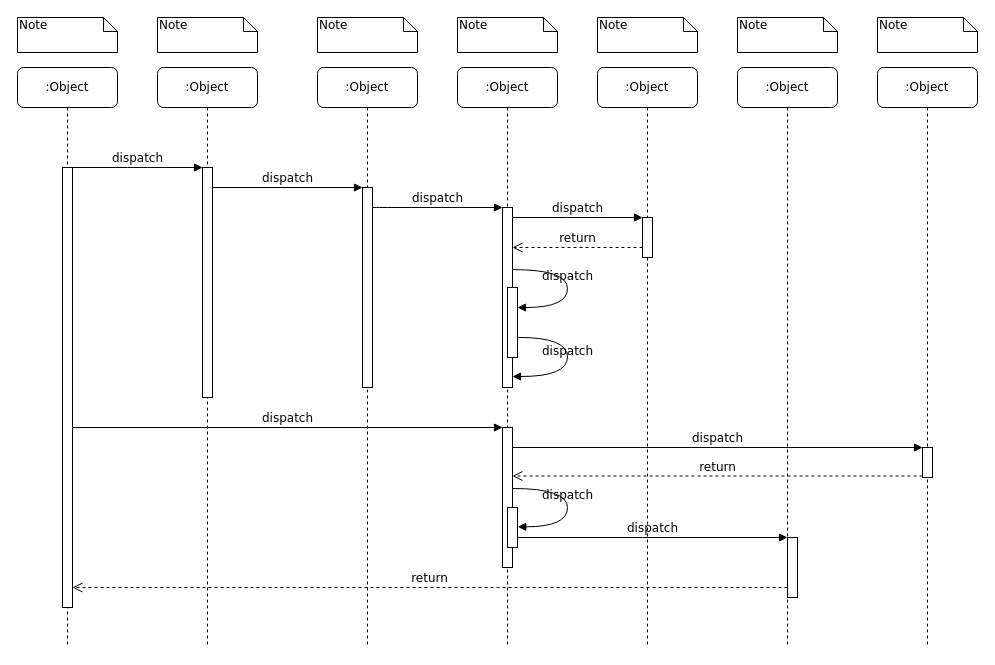
atchapcyp/service_plan_form keeps this draw.io diagram as Service_plan_form/Resources/Untitled Diagram.drawio. Above is the earlier version. Source tidied: cells renumbered, new cells numbered last; positions are measured from the earlier drawing's top-left corner, leaving out a move shared by most shapes. Both pictures are drawn from the tidied source at 100%, with x=0, y=0 at pixel (17, 17).
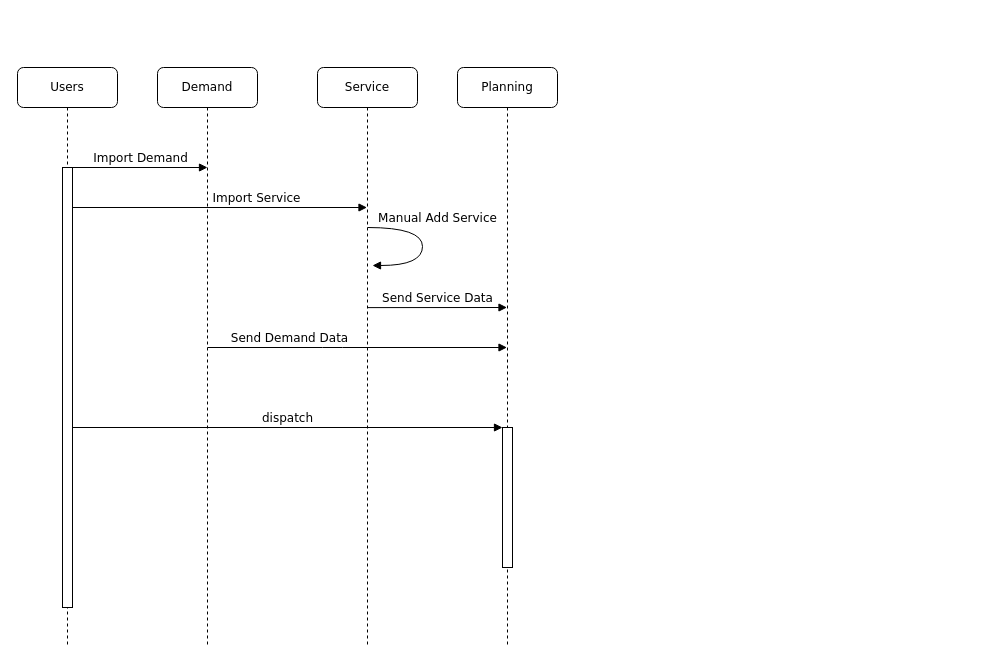
Above is the later version.

Unchanged cells that the change refers to:
```xml
<mxCell id="11" style="html=1;points=[];perimeter=orthogonalPerimeter;rounded=0;shadow=0;comic=0;labelBackgroundColor=none;strokeColor=#000000;strokeWidth=1;fillColor=#FFFFFF;fontFamily=Verdana;fontSize=12;fontColor=#000000;align=center;" parent="10" vertex="1">
  <mxGeometry x="45" y="100" width="10" height="440" as="geometry" />
</mxCell>
<mxCell id="17" style="html=1;points=[];perimeter=orthogonalPerimeter;rounded=0;shadow=0;comic=0;labelBackgroundColor=none;strokeColor=#000000;strokeWidth=1;fillColor=#FFFFFF;fontFamily=Verdana;fontSize=12;fontColor=#000000;align=center;" parent="1" vertex="1">
  <mxGeometry x="485" y="410" width="10" height="140" as="geometry" />
</mxCell>
```

What changed in the source:
```diff
@@
-    <mxCell id="2" value=":Object" style="shape=umlLifeline;perimeter=lifelinePerimeter;whiteSpace=wrap;html=1;rounded=1;shadow=0;comic=0;labelBackgroundColor=none;strokeColor=#000000;strokeWidth=1;fillColor=#FFFFFF;fontFamily=Verdana;fontSize=12;fontColor=#000000;align=center;" parent="1" vertex="1">
+    <mxCell id="2" value="Demand" style="shape=umlLifeline;perimeter=lifelinePerimeter;whiteSpace=wrap;html=1;rounded=1;shadow=0;comic=0;labelBackgroundColor=none;strokeColor=#000000;strokeWidth=1;fillColor=#FFFFFF;fontFamily=Verdana;fontSize=12;fontColor=#000000;align=center;" parent="1" vertex="1">
       <mxGeometry x="140" y="50" width="100" height="580" as="geometry" />
     </mxCell>
-    <mxCell id="3" style="html=1;points=[];perimeter=orthogonalPerimeter;rounded=0;shadow=0;comic=0;labelBackgroundColor=none;strokeColor=#000000;strokeWidth=1;fillColor=#FFFFFF;fontFamily=Verdana;fontSize=12;fontColor=#000000;align=center;" parent="2" vertex="1">
-      <mxGeometry x="45" y="100" width="10" height="230" as="geometry" />
-    </mxCell>
-    <mxCell id="4" value=":Object" style="shape=umlLifeline;perimeter=lifelinePerimeter;whiteSpace=wrap;html=1;outlineConnect=0;rounded=1;shadow=0;comic=0;labelBackgroundColor=none;strokeColor=#000000;strokeWidth=1;fillColor=#FFFFFF;fontFamily=Verdana;fontSize=12;fontColor=#000000;align=center;" parent="1" vertex="1">
+    <mxCell id="4" value="Service" style="shape=umlLifeline;perimeter=lifelinePerimeter;whiteSpace=wrap;html=1;outlineConnect=0;rounded=1;shadow=0;comic=0;labelBackgroundColor=none;strokeColor=#000000;strokeWidth=1;fillColor=#FFFFFF;fontFamily=Verdana;fontSize=12;fontColor=#000000;align=center;" parent="1" vertex="1">
       <mxGeometry x="300" y="50" width="100" height="580" as="geometry" />
     </mxCell>
-    <mxCell id="5" style="html=1;points=[];perimeter=orthogonalPerimeter;rounded=0;shadow=0;comic=0;labelBackgroundColor=none;strokeColor=#000000;strokeWidth=1;fillColor=#FFFFFF;fontFamily=Verdana;fontSize=12;fontColor=#000000;align=center;" parent="4" vertex="1">
-      <mxGeometry x="45" y="120" width="10" height="200" as="geometry" />
-    </mxCell>
-    <mxCell id="6" value=":Object" style="shape=umlLifeline;perimeter=lifelinePerimeter;whiteSpace=wrap;html=1;outlineConnect=0;rounded=1;shadow=0;comic=0;labelBackgroundColor=none;strokeColor=#000000;strokeWidth=1;fillColor=#FFFFFF;fontFamily=Verdana;fontSize=12;fontColor=#000000;align=center;" parent="1" vertex="1">
+    <mxCell id="6" value="Planning" style="shape=umlLifeline;perimeter=lifelinePerimeter;whiteSpace=wrap;html=1;outlineConnect=0;rounded=1;shadow=0;comic=0;labelBackgroundColor=none;strokeColor=#000000;strokeWidth=1;fillColor=#FFFFFF;fontFamily=Verdana;fontSize=12;fontColor=#000000;align=center;" parent="1" vertex="1">
       <mxGeometry x="440" y="50" width="100" height="580" as="geometry" />
     </mxCell>
-    <mxCell id="7" value=":Object" style="shape=umlLifeline;perimeter=lifelinePerimeter;whiteSpace=wrap;html=1;rounded=1;shadow=0;comic=0;labelBackgroundColor=none;strokeColor=#000000;strokeWidth=1;fillColor=#FFFFFF;fontFamily=Verdana;fontSize=12;fontColor=#000000;align=center;" parent="1" vertex="1">
-      <mxGeometry x="580" y="50" width="100" height="580" as="geometry" />
-    </mxCell>
-    <mxCell id="8" value=":Object" style="shape=umlLifeline;perimeter=lifelinePerimeter;whiteSpace=wrap;html=1;rounded=1;shadow=0;comic=0;labelBackgroundColor=none;strokeColor=#000000;strokeWidth=1;fillColor=#FFFFFF;fontFamily=Verdana;fontSize=12;fontColor=#000000;align=center;" parent="1" vertex="1">
-      <mxGeometry x="720" y="50" width="100" height="580" as="geometry" />
-    </mxCell>
-    <mxCell id="9" value=":Object" style="shape=umlLifeline;perimeter=lifelinePerimeter;whiteSpace=wrap;html=1;rounded=1;shadow=0;comic=0;labelBackgroundColor=none;strokeColor=#000000;strokeWidth=1;fillColor=#FFFFFF;fontFamily=Verdana;fontSize=12;fontColor=#000000;align=center;" parent="1" vertex="1">
-      <mxGeometry x="860" y="50" width="100" height="580" as="geometry" />
-    </mxCell>
-    <mxCell id="10" value=":Object" style="shape=umlLifeline;perimeter=lifelinePerimeter;whiteSpace=wrap;html=1;rounded=1;shadow=0;comic=0;labelBackgroundColor=none;strokeColor=#000000;strokeWidth=1;fillColor=#FFFFFF;fontFamily=Verdana;fontSize=12;fontColor=#000000;align=center;" parent="1" vertex="1">
+    <mxCell id="10" value="Users" style="shape=umlLifeline;perimeter=lifelinePerimeter;whiteSpace=wrap;html=1;rounded=1;shadow=0;comic=0;labelBackgroundColor=none;strokeColor=#000000;strokeWidth=1;fillColor=#FFFFFF;fontFamily=Verdana;fontSize=12;fontColor=#000000;align=center;" parent="1" vertex="1">
       <mxGeometry y="50" width="100" height="580" as="geometry" />
     </mxCell>
@@
-    <mxCell id="12" style="html=1;points=[];perimeter=orthogonalPerimeter;rounded=0;shadow=0;comic=0;labelBackgroundColor=none;strokeColor=#000000;strokeWidth=1;fillColor=#FFFFFF;fontFamily=Verdana;fontSize=12;fontColor=#000000;align=center;" parent="1" vertex="1">
-      <mxGeometry x="485" y="190" width="10" height="180" as="geometry" />
-    </mxCell>
-    <mxCell id="13" value="dispatch" style="html=1;verticalAlign=bottom;endArrow=block;labelBackgroundColor=none;fontFamily=Verdana;fontSize=12;edgeStyle=elbowEdgeStyle;elbow=vertical;" parent="1" edge="1" source="5" target="12">
+    <mxCell id="13" value="Send Service Data" style="html=1;verticalAlign=bottom;endArrow=block;labelBackgroundColor=none;fontFamily=Verdana;fontSize=12;edgeStyle=elbowEdgeStyle;elbow=vertical;exitX=0.5;exitY=0.414;exitDx=0;exitDy=0;exitPerimeter=0;" parent="1" edge="1" source="4" target="6">
       <mxGeometry relative="1" as="geometry">
         <Array as="points">
-          <mxPoint x="360" y="190" />
+          <mxPoint x="450" y="290" />
+          <mxPoint x="360" y="210" />
         </Array>
       </mxGeometry>
     </mxCell>
-    <mxCell id="14" style="html=1;points=[];perimeter=orthogonalPerimeter;rounded=0;shadow=0;comic=0;labelBackgroundColor=none;strokeColor=#000000;strokeWidth=1;fillColor=#FFFFFF;fontFamily=Verdana;fontSize=12;fontColor=#000000;align=center;" parent="1" vertex="1">
-      <mxGeometry x="625" y="200" width="10" height="40" as="geometry" />
-    </mxCell>
-    <mxCell id="15" value="dispatch" style="html=1;verticalAlign=bottom;endArrow=block;entryX=0;entryY=0;labelBackgroundColor=none;fontFamily=Verdana;fontSize=12;edgeStyle=elbowEdgeStyle;elbow=vertical;" parent="1" edge="1" source="12" target="14">
-      <mxGeometry relative="1" as="geometry" />
-    </mxCell>
-    <mxCell id="16" value="return" style="html=1;verticalAlign=bottom;endArrow=open;dashed=1;endSize=8;labelBackgroundColor=none;fontFamily=Verdana;fontSize=12;edgeStyle=elbowEdgeStyle;elbow=vertical;" parent="1" edge="1" source="14" target="12">
-      <mxGeometry relative="1" as="geometry">
-        <Array as="points">
-          <mxPoint x="570" y="230" />
-          <mxPoint x="600" y="230" />
-        </Array>
-      </mxGeometry>
-    </mxCell>
@@
-    <mxCell id="19" style="html=1;points=[];perimeter=orthogonalPerimeter;rounded=0;shadow=0;comic=0;labelBackgroundColor=none;strokeColor=#000000;strokeWidth=1;fillColor=#FFFFFF;fontFamily=Verdana;fontSize=12;fontColor=#000000;align=center;" parent="1" vertex="1">
-      <mxGeometry x="905" y="430" width="10" height="30" as="geometry" />
-    </mxCell>
-    <mxCell id="20" value="dispatch" style="html=1;verticalAlign=bottom;endArrow=block;entryX=0;entryY=0;labelBackgroundColor=none;fontFamily=Verdana;fontSize=12;" parent="1" edge="1" source="17" target="19">
-      <mxGeometry relative="1" as="geometry" />
-    </mxCell>
-    <mxCell id="21" value="return" style="html=1;verticalAlign=bottom;endArrow=open;dashed=1;endSize=8;exitX=0;exitY=0.95;labelBackgroundColor=none;fontFamily=Verdana;fontSize=12;" parent="1" edge="1" source="19" target="17">
-      <mxGeometry relative="1" as="geometry" />
-    </mxCell>
-    <mxCell id="22" style="html=1;points=[];perimeter=orthogonalPerimeter;rounded=0;shadow=0;comic=0;labelBackgroundColor=none;strokeColor=#000000;strokeWidth=1;fillColor=#FFFFFF;fontFamily=Verdana;fontSize=12;fontColor=#000000;align=center;" parent="1" vertex="1">
-      <mxGeometry x="770" y="520" width="10" height="60" as="geometry" />
-    </mxCell>
-    <mxCell id="23" value="dispatch" style="html=1;verticalAlign=bottom;endArrow=block;entryX=0;entryY=0;labelBackgroundColor=none;fontFamily=Verdana;fontSize=12;edgeStyle=elbowEdgeStyle;elbow=vertical;" parent="1" edge="1" source="30" target="22">
-      <mxGeometry relative="1" as="geometry" />
-    </mxCell>
-    <mxCell id="24" value="return" style="html=1;verticalAlign=bottom;endArrow=open;dashed=1;endSize=8;labelBackgroundColor=none;fontFamily=Verdana;fontSize=12;edgeStyle=elbowEdgeStyle;elbow=vertical;" parent="1" edge="1" source="22" target="11">
-      <mxGeometry relative="1" as="geometry">
-        <Array as="points">
-          <mxPoint x="470" y="570" />
-        </Array>
-      </mxGeometry>
-    </mxCell>
-    <mxCell id="25" value="dispatch" style="html=1;verticalAlign=bottom;endArrow=block;entryX=0;entryY=0;labelBackgroundColor=none;fontFamily=Verdana;fontSize=12;edgeStyle=elbowEdgeStyle;elbow=vertical;" parent="1" edge="1" source="11" target="3">
-      <mxGeometry relative="1" as="geometry" />
+    <mxCell id="25" value="Import Demand" style="html=1;verticalAlign=bottom;endArrow=block;labelBackgroundColor=none;fontFamily=Verdana;fontSize=12;edgeStyle=elbowEdgeStyle;elbow=vertical;" parent="1" edge="1" source="11">
+      <mxGeometry relative="1" as="geometry">
+        <mxPoint x="190" y="150" as="targetPoint" />
+      </mxGeometry>
     </mxCell>
-    <mxCell id="26" value="dispatch" style="html=1;verticalAlign=bottom;endArrow=block;entryX=0;entryY=0;labelBackgroundColor=none;fontFamily=Verdana;fontSize=12;edgeStyle=elbowEdgeStyle;elbow=vertical;" parent="1" edge="1" source="3" target="5">
-      <mxGeometry relative="1" as="geometry" />
-    </mxCell>
-    <mxCell id="27" style="html=1;points=[];perimeter=orthogonalPerimeter;rounded=0;shadow=0;comic=0;labelBackgroundColor=none;strokeColor=#000000;strokeWidth=1;fillColor=#FFFFFF;fontFamily=Verdana;fontSize=12;fontColor=#000000;align=center;" parent="1" vertex="1">
-      <mxGeometry x="490" y="270" width="10" height="70" as="geometry" />
-    </mxCell>
-    <mxCell id="28" value="dispatch" style="html=1;verticalAlign=bottom;endArrow=block;labelBackgroundColor=none;fontFamily=Verdana;fontSize=12;elbow=vertical;edgeStyle=orthogonalEdgeStyle;curved=1;entryX=1;entryY=0.286;entryPerimeter=0;exitX=1.038;exitY=0.345;exitPerimeter=0;" parent="1" edge="1" source="12" target="27">
-      <mxGeometry relative="1" as="geometry">
-        <Array as="points">
-          <mxPoint x="550" y="252" />
-          <mxPoint x="550" y="290" />
-        </Array>
-      </mxGeometry>
-    </mxCell>
-    <mxCell id="29" value="dispatch" style="html=1;verticalAlign=bottom;endArrow=block;labelBackgroundColor=none;fontFamily=Verdana;fontSize=12;elbow=vertical;edgeStyle=orthogonalEdgeStyle;curved=1;exitX=1.066;exitY=0.713;exitPerimeter=0;" parent="1" edge="1" source="27">
-      <mxGeometry relative="1" as="geometry">
-        <mxPoint x="495" y="359" as="targetPoint" />
-        <Array as="points">
-          <mxPoint x="550" y="320" />
-          <mxPoint x="550" y="359" />
-        </Array>
-      </mxGeometry>
-    </mxCell>
-    <mxCell id="30" style="html=1;points=[];perimeter=orthogonalPerimeter;rounded=0;shadow=0;comic=0;labelBackgroundColor=none;strokeColor=#000000;strokeWidth=1;fillColor=#FFFFFF;fontFamily=Verdana;fontSize=12;fontColor=#000000;align=center;" parent="1" vertex="1">
-      <mxGeometry x="490" y="490" width="10" height="40" as="geometry" />
-    </mxCell>
-    <mxCell id="31" value="dispatch" style="html=1;verticalAlign=bottom;endArrow=block;labelBackgroundColor=none;fontFamily=Verdana;fontSize=12;elbow=vertical;edgeStyle=orthogonalEdgeStyle;curved=1;entryX=1;entryY=0.286;entryPerimeter=0;exitX=1.038;exitY=0.345;exitPerimeter=0;" parent="1" edge="1">
-      <mxGeometry relative="1" as="geometry">
-        <mxPoint x="495.3" y="471" as="sourcePoint" />
-        <mxPoint x="500.3" y="509.3" as="targetPoint" />
-        <Array as="points">
-          <mxPoint x="550" y="471" />
-          <mxPoint x="550" y="509" />
-        </Array>
-      </mxGeometry>
-    </mxCell>
-    <mxCell id="32" value="Note" style="shape=note;whiteSpace=wrap;html=1;size=14;verticalAlign=top;align=left;spacingTop=-6;rounded=0;shadow=0;comic=0;labelBackgroundColor=none;strokeColor=#000000;strokeWidth=1;fillColor=#FFFFFF;fontFamily=Verdana;fontSize=12;fontColor=#000000;" parent="1" vertex="1">
-      <mxGeometry width="100" height="35" as="geometry" />
-    </mxCell>
-    <mxCell id="33" value="Note" style="shape=note;whiteSpace=wrap;html=1;size=14;verticalAlign=top;align=left;spacingTop=-6;rounded=0;shadow=0;comic=0;labelBackgroundColor=none;strokeColor=#000000;strokeWidth=1;fillColor=#FFFFFF;fontFamily=Verdana;fontSize=12;fontColor=#000000;" parent="1" vertex="1">
-      <mxGeometry x="140" width="100" height="35" as="geometry" />
-    </mxCell>
-    <mxCell id="34" value="Note" style="shape=note;whiteSpace=wrap;html=1;size=14;verticalAlign=top;align=left;spacingTop=-6;rounded=0;shadow=0;comic=0;labelBackgroundColor=none;strokeColor=#000000;strokeWidth=1;fillColor=#FFFFFF;fontFamily=Verdana;fontSize=12;fontColor=#000000;" parent="1" vertex="1">
-      <mxGeometry x="300" width="100" height="35" as="geometry" />
-    </mxCell>
-    <mxCell id="35" value="Note" style="shape=note;whiteSpace=wrap;html=1;size=14;verticalAlign=top;align=left;spacingTop=-6;rounded=0;shadow=0;comic=0;labelBackgroundColor=none;strokeColor=#000000;strokeWidth=1;fillColor=#FFFFFF;fontFamily=Verdana;fontSize=12;fontColor=#000000;" parent="1" vertex="1">
-      <mxGeometry x="440" width="100" height="35" as="geometry" />
-    </mxCell>
-    <mxCell id="36" value="Note" style="shape=note;whiteSpace=wrap;html=1;size=14;verticalAlign=top;align=left;spacingTop=-6;rounded=0;shadow=0;comic=0;labelBackgroundColor=none;strokeColor=#000000;strokeWidth=1;fillColor=#FFFFFF;fontFamily=Verdana;fontSize=12;fontColor=#000000;" parent="1" vertex="1">
-      <mxGeometry x="580" width="100" height="35" as="geometry" />
-    </mxCell>
-    <mxCell id="37" value="Note" style="shape=note;whiteSpace=wrap;html=1;size=14;verticalAlign=top;align=left;spacingTop=-6;rounded=0;shadow=0;comic=0;labelBackgroundColor=none;strokeColor=#000000;strokeWidth=1;fillColor=#FFFFFF;fontFamily=Verdana;fontSize=12;fontColor=#000000;" parent="1" vertex="1">
-      <mxGeometry x="720" width="100" height="35" as="geometry" />
-    </mxCell>
-    <mxCell id="38" value="Note" style="shape=note;whiteSpace=wrap;html=1;size=14;verticalAlign=top;align=left;spacingTop=-6;rounded=0;shadow=0;comic=0;labelBackgroundColor=none;strokeColor=#000000;strokeWidth=1;fillColor=#FFFFFF;fontFamily=Verdana;fontSize=12;fontColor=#000000;" parent="1" vertex="1">
-      <mxGeometry x="860" width="100" height="35" as="geometry" />
-    </mxCell>
+    <mxCell id="39" value="Import Service" style="html=1;verticalAlign=bottom;endArrow=block;labelBackgroundColor=none;fontFamily=Verdana;fontSize=12;edgeStyle=elbowEdgeStyle;elbow=vertical;" parent="1" edge="1" target="4">
+      <mxGeometry x="0.25" relative="1" as="geometry">
+        <mxPoint x="55" y="190" as="sourcePoint" />
+      </mxGeometry>
+    </mxCell>
+    <mxCell id="40" value="Manual Add Service" style="html=1;verticalAlign=bottom;endArrow=block;labelBackgroundColor=none;fontFamily=Verdana;fontSize=12;elbow=vertical;edgeStyle=orthogonalEdgeStyle;curved=1;entryX=1;entryY=0.286;entryPerimeter=0;exitX=1.038;exitY=0.345;exitPerimeter=0;" parent="1" edge="1">
+      <mxGeometry x="-0.23" y="15" relative="1" as="geometry">
+        <mxPoint x="350" y="210" as="sourcePoint" />
+        <mxPoint x="355" y="248" as="targetPoint" />
+        <Array as="points">
+          <mxPoint x="405" y="210" />
+          <mxPoint x="405" y="248" />
+        </Array>
+      </mxGeometry>
+    </mxCell>
+    <mxCell id="41" value="Send Demand Data" style="html=1;verticalAlign=bottom;endArrow=block;labelBackgroundColor=none;fontFamily=Verdana;fontSize=12;edgeStyle=elbowEdgeStyle;elbow=vertical;" parent="1" edge="1" target="6">
+      <mxGeometry y="-67" relative="1" as="geometry">
+        <mxPoint x="190" y="330" as="sourcePoint" />
+        <mxPoint x="-68" y="-67" as="offset" />
+      </mxGeometry>
+    </mxCell>
```
